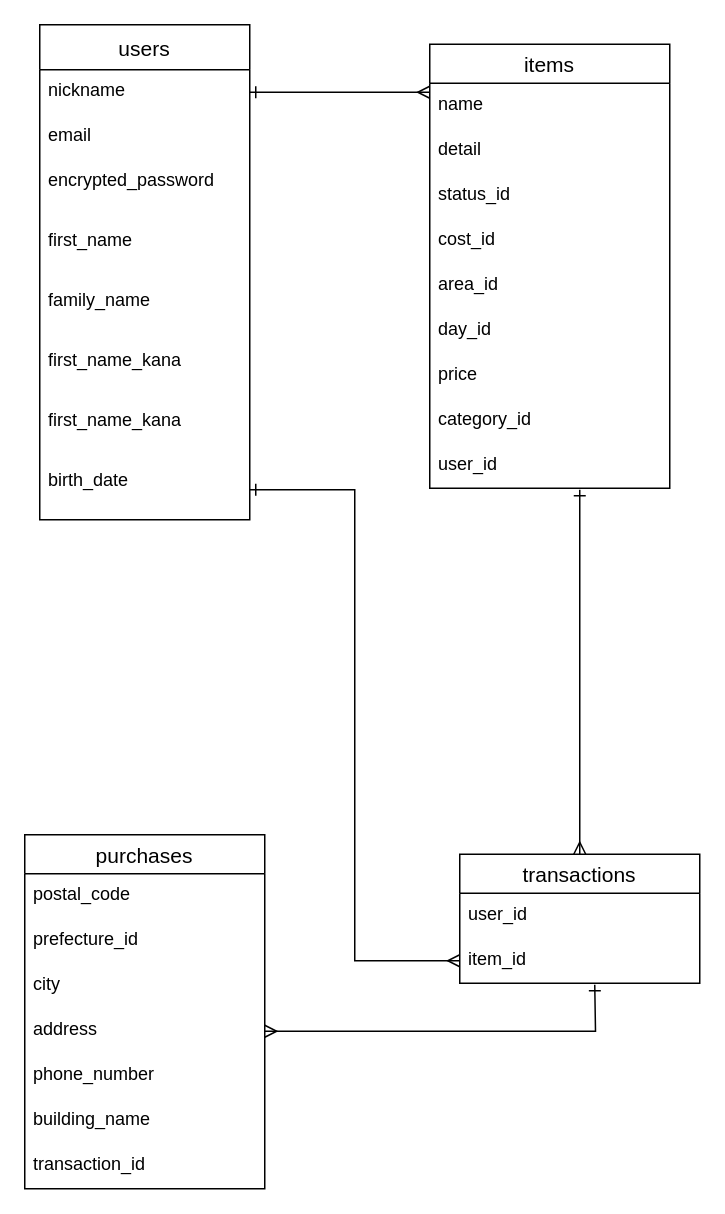
Earlier version of the draw.io diagram furima.dio (ikinobu0629/furima-31702). Source tidied: cells renumbered, new cells numbered last; positions are measured from the earlier drawing's top-left corner, leaving out a move shared by most shapes. Both pictures are drawn from the tidied source at 150%, with x=0, y=0 at pixel (24, 24).
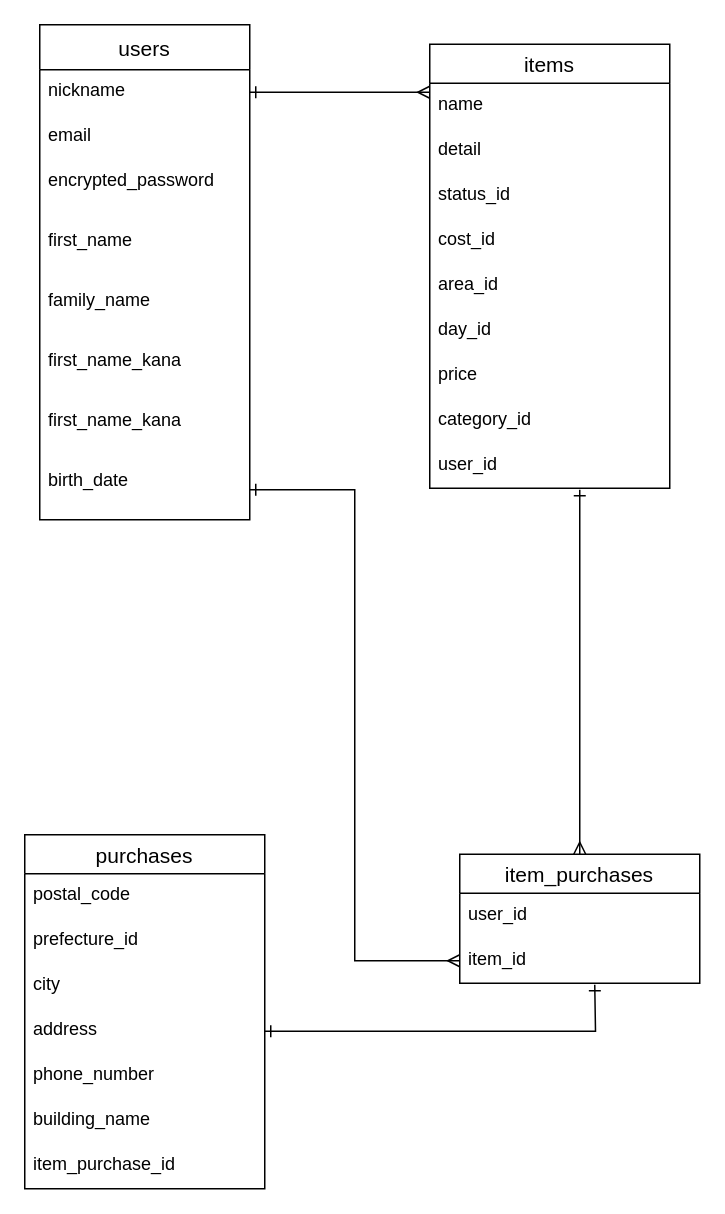
The same diagram, later.

Commit message (it also covers changes not shown here):
README及びER図の作成(修正版6)

Unchanged cells that the change refers to:
```xml
<mxCell id="12" value="purchases" style="swimlane;fontStyle=0;horizontal=1;startSize=26;align=center;fontSize=14;" parent="1" vertex="1">
  <mxGeometry y="540" width="160" height="236" as="geometry" />
</mxCell>
<mxCell id="16" value="address" style="text;strokeColor=none;fillColor=none;spacingLeft=4;spacingRight=4;overflow=hidden;points=[[0,0.5],[1,0.5]];portConstraint=eastwest;fontSize=12;" parent="12" vertex="1">
  <mxGeometry y="116" width="160" height="30" as="geometry" />
</mxCell>
```

Diff of the diagram source:
```diff
@@
-    <mxCell id="19" value="transaction_id" style="text;strokeColor=none;fillColor=none;spacingLeft=4;spacingRight=4;overflow=hidden;fontSize=12;" parent="12" vertex="1">
+    <mxCell id="19" value="item_purchase_id" style="text;strokeColor=none;fillColor=none;spacingLeft=4;spacingRight=4;overflow=hidden;fontSize=12;" parent="12" vertex="1">
       <mxGeometry y="206" width="160" height="30" as="geometry" />
     </mxCell>
@@
-    <mxCell id="21" value="transactions" style="swimlane;fontStyle=0;horizontal=1;startSize=26;align=center;fontSize=14;" parent="1" vertex="1">
+    <mxCell id="21" value="item_purchases" style="swimlane;fontStyle=0;horizontal=1;startSize=26;align=center;fontSize=14;" parent="1" vertex="1">
       <mxGeometry x="290" y="553" width="160" height="86" as="geometry" />
     </mxCell>
@@
-    <mxCell id="35" style="edgeStyle=orthogonalEdgeStyle;rounded=0;jettySize=auto;html=1;exitX=1;exitY=0.5;exitDx=0;exitDy=0;startArrow=ERmany;startFill=0;endArrow=ERone;endFill=0;" parent="1" edge="1" source="16">
+    <mxCell id="35" style="edgeStyle=orthogonalEdgeStyle;rounded=0;jettySize=auto;html=1;exitX=1;exitY=0.5;exitDx=0;exitDy=0;startArrow=ERone;startFill=0;endArrow=ERone;endFill=0;" parent="1" edge="1" source="16">
       <mxGeometry relative="1" as="geometry">
         <mxPoint x="380" y="640" as="targetPoint" />
       </mxGeometry>
     </mxCell>
```
